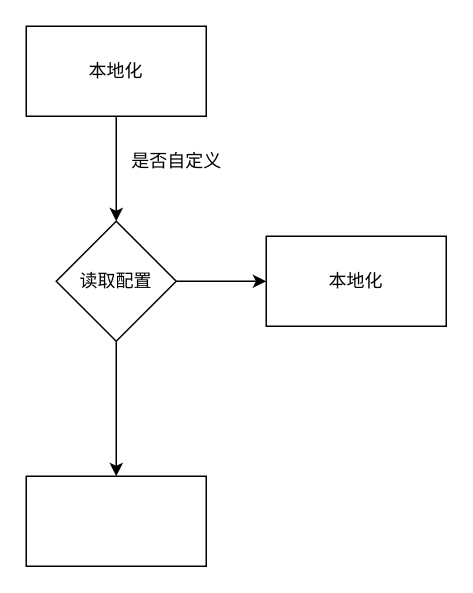
Earlier version of the draw.io diagram 本地化.drawio (xzp3094997376/DrawIO). Source tidied: cells renumbered, new cells numbered last; positions are measured from the earlier drawing's top-left corner, leaving out a move shared by most shapes. Both pictures are drawn from the tidied source at 150%, with x=0, y=0 at pixel (26, 26).
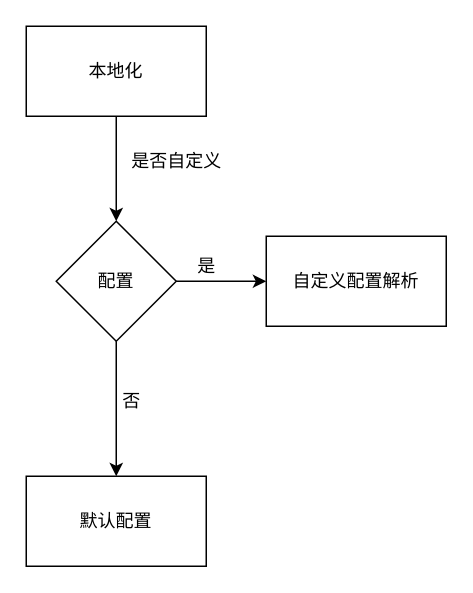
The same page after the edit.

The edit, as a diff of the source:
```diff
@@
 <mxGraphModel>
   <root>
     <mxCell id="0" />
     <mxCell id="1" parent="0" />
     <mxCell id="2" style="edgeStyle=orthogonalEdgeStyle;rounded=0;jettySize=auto;html=1;" parent="1" edge="1" source="3" target="6">
       <mxGeometry relative="1" as="geometry" />
     </mxCell>
     <mxCell id="3" value="本地化" style="whiteSpace=wrap;html=1;" parent="1" vertex="1">
       <mxGeometry width="120" height="60" as="geometry" />
     </mxCell>
     <mxCell id="4" style="edgeStyle=orthogonalEdgeStyle;rounded=0;jettySize=auto;html=1;" parent="1" edge="1" source="6" target="7">
       <mxGeometry relative="1" as="geometry" />
     </mxCell>
     <mxCell id="5" style="edgeStyle=orthogonalEdgeStyle;rounded=0;jettySize=auto;html=1;" parent="1" edge="1" source="6" target="8">
       <mxGeometry relative="1" as="geometry" />
     </mxCell>
-    <mxCell id="6" value="读取配置" style="rhombus;whiteSpace=wrap;html=1;" parent="1" vertex="1">
+    <mxCell id="6" value="配置" style="rhombus;whiteSpace=wrap;html=1;" parent="1" vertex="1">
       <mxGeometry x="20" y="130" width="80" height="80" as="geometry" />
     </mxCell>
-    <mxCell id="7" value="本地化" style="whiteSpace=wrap;html=1;" parent="1" vertex="1">
+    <mxCell id="7" value="自定义配置解析" style="whiteSpace=wrap;html=1;" parent="1" vertex="1">
       <mxGeometry x="160" y="140" width="120" height="60" as="geometry" />
     </mxCell>
-    <mxCell id="8" style="whiteSpace=wrap;html=1;" parent="1" vertex="1">
+    <mxCell id="8" value="默认配置" style="whiteSpace=wrap;html=1;" parent="1" vertex="1">
       <mxGeometry y="300" width="120" height="60" as="geometry" />
     </mxCell>
     <mxCell id="9" value="是否自定义" style="text;html=1;align=center;verticalAlign=middle;strokeColor=none;fillColor=none;" parent="1" vertex="1">
       <mxGeometry x="60" y="80" width="80" height="20" as="geometry" />
     </mxCell>
+    <mxCell id="10" value="是" style="text;html=1;align=center;verticalAlign=middle;strokeColor=none;fillColor=none;" parent="1" vertex="1">
+      <mxGeometry x="105" y="150" width="30" height="20" as="geometry" />
+    </mxCell>
+    <mxCell id="11" value="否" style="text;html=1;align=center;verticalAlign=middle;strokeColor=none;fillColor=none;" parent="1" vertex="1">
+      <mxGeometry x="55" y="240" width="30" height="20" as="geometry" />
+    </mxCell>
   </root>
 </mxGraphModel>
```
